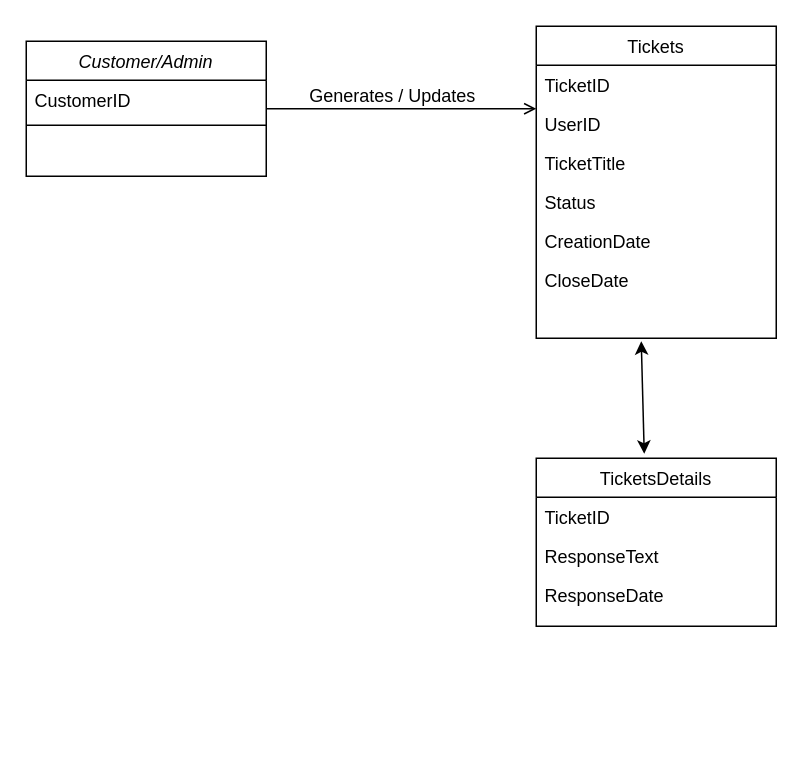
devpilot-official/chat keeps this draw.io diagram as Untitled Diagram.drawio. Above is the earlier version. Source tidied: cells renumbered, new cells numbered last; positions are measured from the earlier drawing's top-left corner, leaving out a move shared by most shapes. Both pictures are drawn from the tidied source at 150%, with x=0, y=0 at pixel (26, 26).
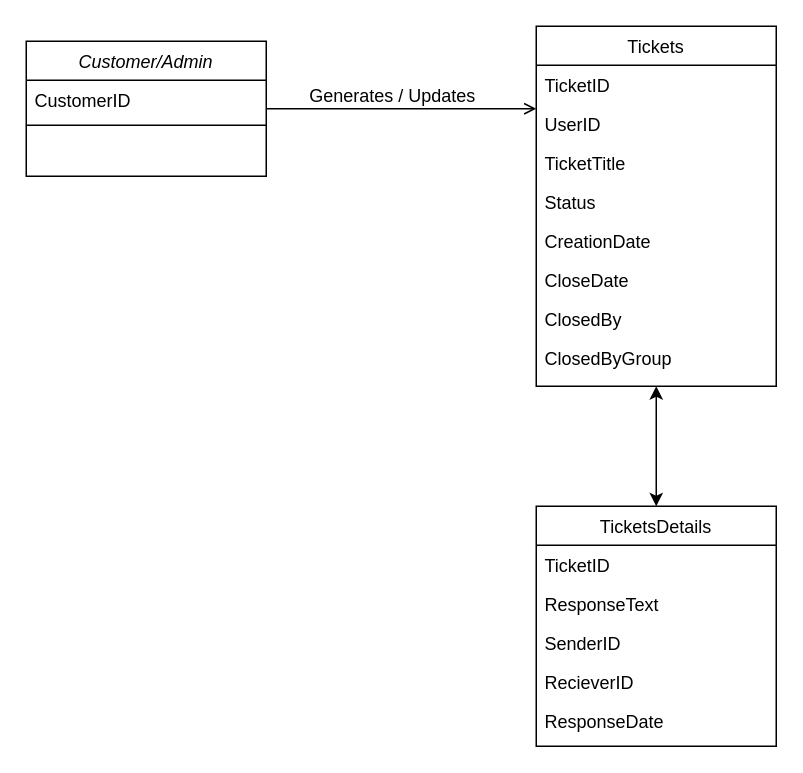
After the change.

The edit, as a diff of the source:
```diff
@@
     <mxCell id="5" value="Tickets" style="swimlane;fontStyle=0;align=center;verticalAlign=top;horizontal=1;startSize=26;rounded=0;shadow=0;strokeWidth=1;" parent="1" vertex="1">
-      <mxGeometry x="340" width="160" height="208" as="geometry" />
+      <mxGeometry x="340" width="160" height="240" as="geometry" />
     </mxCell>
@@
+    <mxCell id="19" value="ClosedBy" style="text;align=left;verticalAlign=top;spacingLeft=4;spacingRight=4;overflow=hidden;rounded=0;shadow=0;html=0;" parent="5" vertex="1">
+      <mxGeometry y="182" width="160" height="26" as="geometry" />
+    </mxCell>
+    <mxCell id="20" value="ClosedByGroup" style="text;align=left;verticalAlign=top;spacingLeft=4;spacingRight=4;overflow=hidden;rounded=0;shadow=0;html=0;" parent="5" vertex="1">
+      <mxGeometry y="208" width="160" height="26" as="geometry" />
+    </mxCell>
@@
     <mxCell id="14" value="TicketsDetails" style="swimlane;fontStyle=0;align=center;verticalAlign=top;horizontal=1;startSize=26;rounded=0;shadow=0;strokeWidth=1;" parent="1" vertex="1">
-      <mxGeometry x="340" y="288" width="160" height="112" as="geometry" />
+      <mxGeometry x="340" y="320" width="160" height="160" as="geometry" />
     </mxCell>
@@
-    <mxCell id="17" value="ResponseDate" style="text;align=left;verticalAlign=top;spacingLeft=4;spacingRight=4;overflow=hidden;rounded=0;shadow=0;html=0;" parent="14" vertex="1">
+    <mxCell id="17" value="SenderID" style="text;align=left;verticalAlign=top;spacingLeft=4;spacingRight=4;overflow=hidden;rounded=0;shadow=0;html=0;" parent="14" vertex="1">
       <mxGeometry y="78" width="160" height="26" as="geometry" />
     </mxCell>
+    <mxCell id="21" value="RecieverID" style="text;align=left;verticalAlign=top;spacingLeft=4;spacingRight=4;overflow=hidden;rounded=0;shadow=0;html=0;" parent="14" vertex="1">
+      <mxGeometry y="104" width="160" height="26" as="geometry" />
+    </mxCell>
+    <mxCell id="22" value="ResponseDate" style="text;align=left;verticalAlign=top;spacingLeft=4;spacingRight=4;overflow=hidden;rounded=0;shadow=0;html=0;" parent="14" vertex="1">
+      <mxGeometry y="130" width="160" height="26" as="geometry" />
+    </mxCell>
-    <mxCell id="18" style="endArrow=classic;startArrow=classic;html=1;exitX=0.45;exitY=-0.027;exitDx=0;exitDy=0;exitPerimeter=0;" parent="1" edge="1" source="14">
-      <mxGeometry relative="1" as="geometry">
-        <mxPoint x="410" y="210" as="targetPoint" />
-      </mxGeometry>
+    <mxCell id="18" style="endArrow=classic;startArrow=classic;html=1;exitX=0.5;exitY=0;exitDx=0;exitDy=0;entryX=0.5;entryY=1;entryDx=0;entryDy=0;" parent="1" edge="1" source="14" target="5">
+      <mxGeometry relative="1" as="geometry" />
     </mxCell>
```
